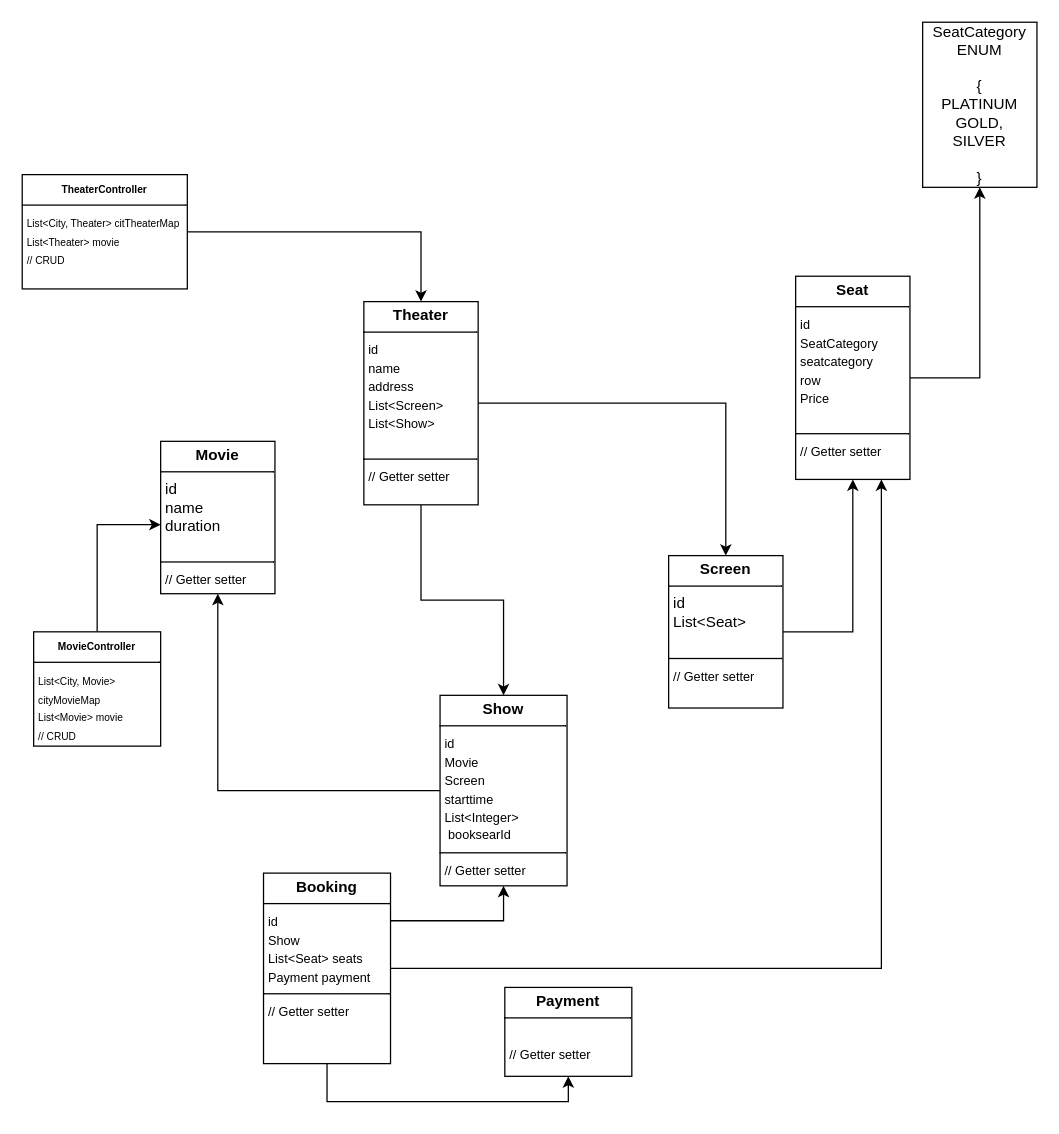
Before: LLD/05 Interview Problems/Design a Movie Ticket Booking System/bookmyshow.drawio in luckykumardev/LLD, a draw.io diagram. Source tidied: cells renumbered, new cells numbered last; positions are measured from the earlier drawing's top-left corner, leaving out a move shared by most shapes. Both pictures are drawn from the tidied source at 127%, with x=0, y=0 at pixel (22, 22).
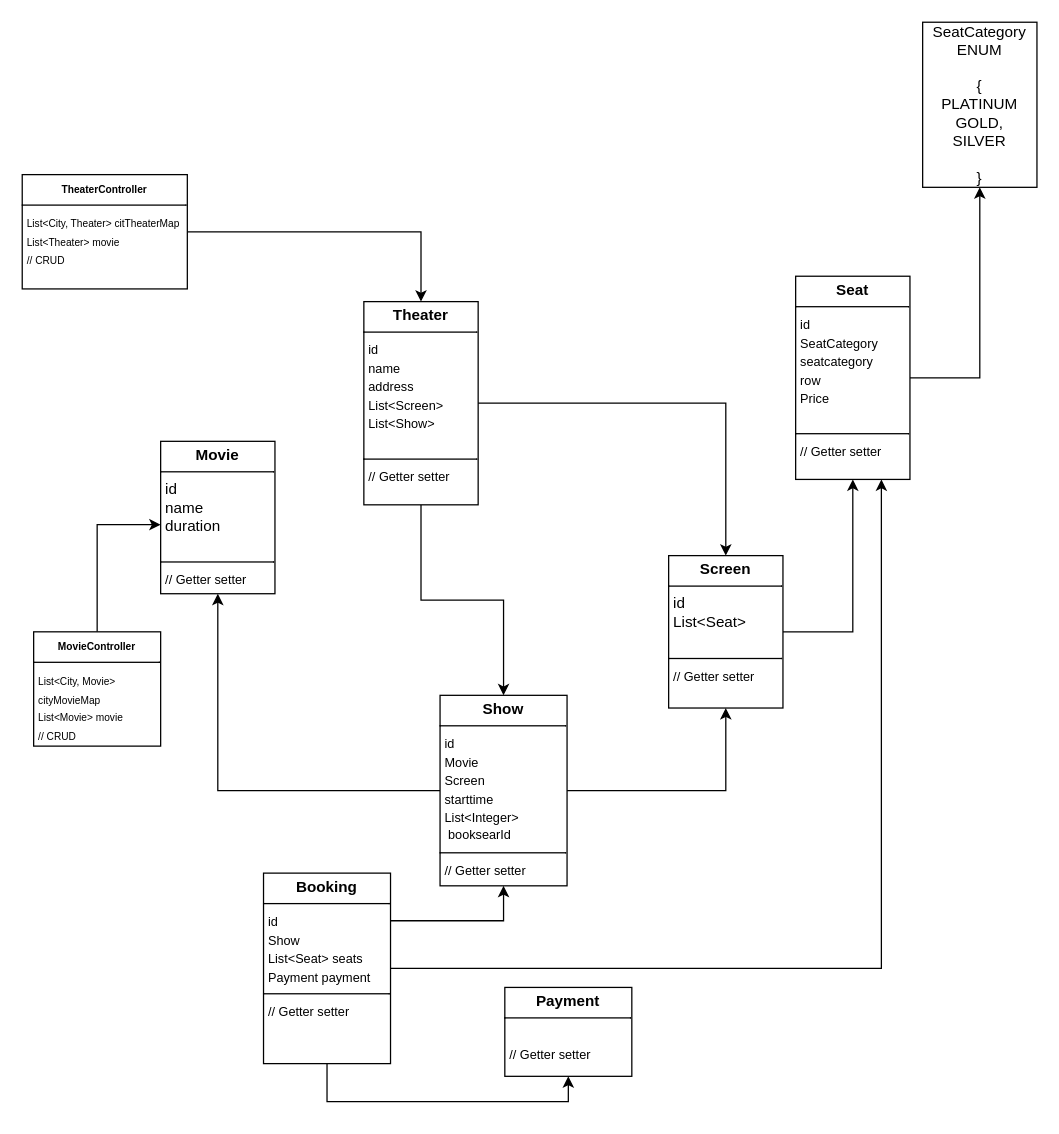
The same page after the edit.

The change refers to these unchanged cells:
```xml
<mxCell id="8" value="&lt;p style=&quot;margin:0px;margin-top:4px;text-align:center;&quot;&gt;&lt;b&gt;Screen&lt;/b&gt;&lt;/p&gt;&lt;hr size=&quot;1&quot; style=&quot;border-style:solid;&quot;&gt;&lt;p style=&quot;margin:0px;margin-left:4px;&quot;&gt;id&lt;/p&gt;&lt;p style=&quot;margin:0px;margin-left:4px;&quot;&gt;List&amp;lt;Seat&amp;gt;&lt;/p&gt;&lt;p style=&quot;margin:0px;margin-left:4px;&quot;&gt;&lt;br&gt;&lt;/p&gt;&lt;hr size=&quot;1&quot; style=&quot;border-style:solid;&quot;&gt;&lt;p style=&quot;margin:0px;margin-left:4px;&quot;&gt;&lt;font style=&quot;font-size: 10px;&quot;&gt;// Getter setter&lt;/font&gt;&lt;/p&gt;" style="verticalAlign=top;align=left;overflow=fill;html=1;whiteSpace=wrap;" parent="1" vertex="1">
  <mxGeometry x="509" y="420" width="90" height="120" as="geometry" />
</mxCell>
<mxCell id="10" value="&lt;p style=&quot;margin:0px;margin-top:4px;text-align:center;&quot;&gt;&lt;b&gt;Show&lt;/b&gt;&lt;/p&gt;&lt;hr size=&quot;1&quot; style=&quot;border-style:solid;&quot;&gt;&lt;p style=&quot;margin:0px;margin-left:4px;&quot;&gt;&lt;font style=&quot;font-size: 10px;&quot;&gt;id&lt;/font&gt;&lt;/p&gt;&lt;p style=&quot;margin:0px;margin-left:4px;&quot;&gt;&lt;span style=&quot;background-color: initial;&quot;&gt;&lt;font style=&quot;font-size: 10px;&quot;&gt;Movie&lt;/font&gt;&lt;/span&gt;&lt;/p&gt;&lt;p style=&quot;margin:0px;margin-left:4px;&quot;&gt;&lt;span style=&quot;background-color: initial;&quot;&gt;&lt;font style=&quot;font-size: 10px;&quot;&gt;Screen&lt;/font&gt;&lt;/span&gt;&lt;/p&gt;&lt;p style=&quot;margin:0px;margin-left:4px;&quot;&gt;&lt;font style=&quot;font-size: 10px;&quot;&gt;starttime&lt;/font&gt;&lt;/p&gt;&lt;p style=&quot;margin:0px;margin-left:4px;&quot;&gt;&lt;font style=&quot;font-size: 10px;&quot;&gt;List&amp;lt;Integer&amp;gt;&lt;/font&gt;&lt;/p&gt;&lt;p style=&quot;margin:0px;margin-left:4px;&quot;&gt;&lt;font style=&quot;font-size: 10px;&quot;&gt;&amp;nbsp;booksearId&lt;/font&gt;&lt;/p&gt;&lt;hr size=&quot;1&quot; style=&quot;border-style:solid;&quot;&gt;&lt;p style=&quot;margin:0px;margin-left:4px;&quot;&gt;&lt;font style=&quot;font-size: 10px;&quot;&gt;// Getter setter&lt;/font&gt;&lt;/p&gt;" style="verticalAlign=top;align=left;overflow=fill;html=1;whiteSpace=wrap;" parent="1" vertex="1">
  <mxGeometry x="329" y="530" width="100" height="150" as="geometry" />
</mxCell>
```

Change to the diagram source:
```diff
@@
+    <mxCell id="22" style="edgeStyle=orthogonalEdgeStyle;rounded=0;jettySize=auto;html=1;exitX=1;exitY=0.5;exitDx=0;exitDy=0;entryX=0.5;entryY=1;entryDx=0;entryDy=0;" parent="1" edge="1" source="10" target="8">
+      <mxGeometry relative="1" as="geometry" />
+    </mxCell>
```
